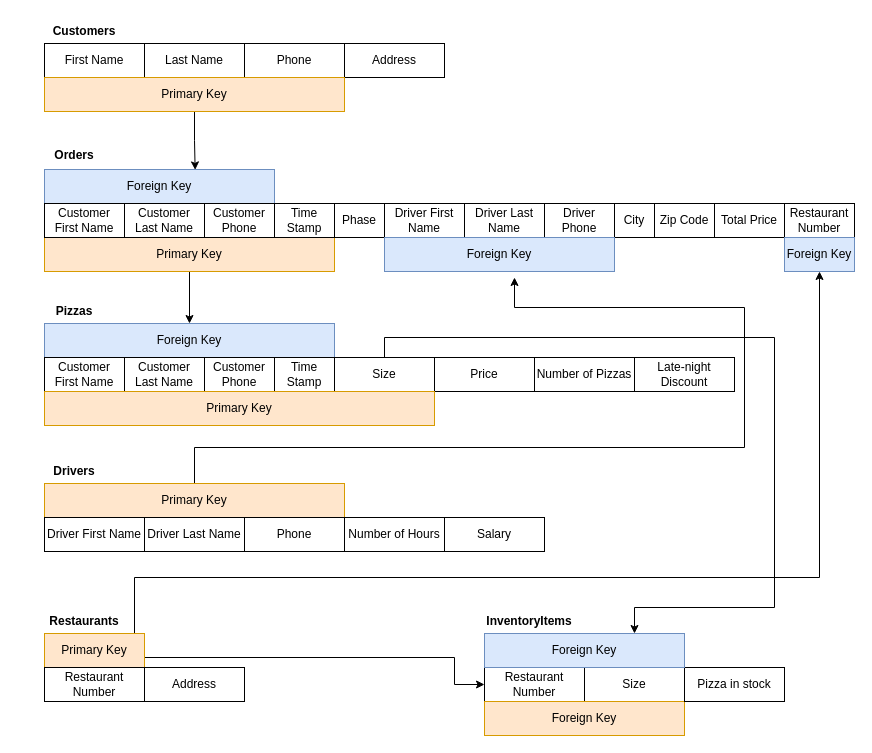
Above: page "First Relation Scheme" (2 of 3) of Project01.drawio in thanhnguyen210299/CSULB-CECS-323 (draw.io), before the change. Source tidied: cells renumbered, new cells numbered last; positions are measured from the earlier drawing's top-left corner, leaving out a move shared by most shapes. Both pictures are drawn from the tidied source at 100%, with x=0, y=0 at pixel (34, 17).
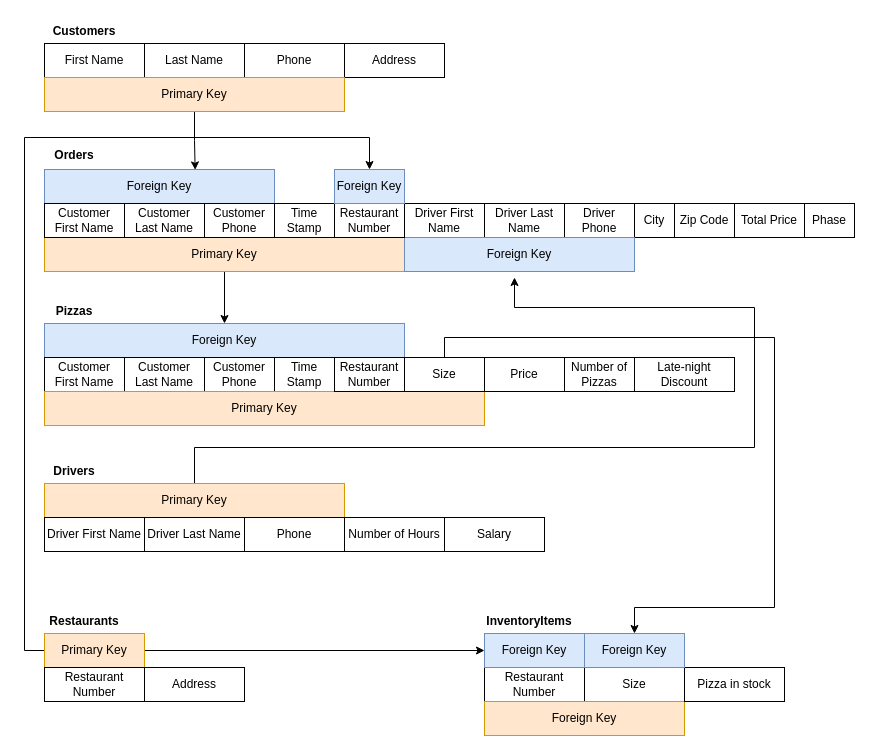
Above is the later version.

Unchanged cells that the change refers to:
```xml
<mxCell id="22" value="Primary Key" style="rounded=0;whiteSpace=wrap;html=1;fillColor=#ffe6cc;strokeColor=#d79b00;" parent="1" vertex="1">
  <mxGeometry x="10" y="466" width="300" height="34" as="geometry" />
</mxCell>
<mxCell id="36" value="Primary Key" style="rounded=0;whiteSpace=wrap;html=1;fillColor=#ffe6cc;strokeColor=#d79b00;" parent="1" vertex="1">
  <mxGeometry x="10" y="616" width="100" height="34" as="geometry" />
</mxCell>
<mxCell id="54" value="Restaurant Number" style="rounded=0;whiteSpace=wrap;html=1;" parent="1" vertex="1">
  <mxGeometry x="450" y="650" width="100" height="34" as="geometry" />
</mxCell>
```

The edit, as a diff of the source:
```diff
@@
     <mxCell id="8" value="Primary Key" style="rounded=0;whiteSpace=wrap;html=1;fillColor=#ffe6cc;strokeColor=#d79b00;" parent="1" vertex="1">
-      <mxGeometry x="10" y="220" width="290" height="34" as="geometry" />
+      <mxGeometry x="10" y="220" width="360" height="34" as="geometry" />
     </mxCell>
@@
     <mxCell id="17" value="Phase" style="rounded=0;whiteSpace=wrap;html=1;" parent="1" vertex="1">
-      <mxGeometry x="300" y="186" width="50" height="34" as="geometry" />
+      <mxGeometry x="770" y="186" width="50" height="34" as="geometry" />
     </mxCell>
     <mxCell id="18" value="City" style="rounded=0;whiteSpace=wrap;html=1;" parent="1" vertex="1">
-      <mxGeometry x="580" y="186" width="40" height="34" as="geometry" />
+      <mxGeometry x="600" y="186" width="40" height="34" as="geometry" />
     </mxCell>
     <mxCell id="19" value="Zip Code" style="rounded=0;whiteSpace=wrap;html=1;" parent="1" vertex="1">
-      <mxGeometry x="620" y="186" width="60" height="34" as="geometry" />
+      <mxGeometry x="640" y="186" width="60" height="34" as="geometry" />
     </mxCell>
     <mxCell id="20" value="Total Price" style="rounded=0;whiteSpace=wrap;html=1;" parent="1" vertex="1">
-      <mxGeometry x="680" y="186" width="70" height="34" as="geometry" />
+      <mxGeometry x="700" y="186" width="70" height="34" as="geometry" />
     </mxCell>
     <mxCell id="21" style="edgeStyle=orthogonalEdgeStyle;rounded=0;jettySize=auto;html=1;exitX=0.5;exitY=0;exitDx=0;exitDy=0;" parent="1" edge="1" source="22">
       <mxGeometry relative="1" as="geometry">
         <mxPoint x="480" y="260" as="targetPoint" />
         <Array as="points">
           <mxPoint x="160" y="430" />
-          <mxPoint x="710" y="430" />
-          <mxPoint x="710" y="290" />
+          <mxPoint x="720" y="430" />
+          <mxPoint x="720" y="290" />
           <mxPoint x="480" y="290" />
         </Array>
       </mxGeometry>
     </mxCell>
@@
     <mxCell id="29" value="Driver First Name" style="rounded=0;whiteSpace=wrap;html=1;" parent="1" vertex="1">
-      <mxGeometry x="350" y="186" width="80" height="34" as="geometry" />
+      <mxGeometry x="370" y="186" width="80" height="34" as="geometry" />
     </mxCell>
     <mxCell id="30" value="Driver Last Name" style="rounded=0;whiteSpace=wrap;html=1;" parent="1" vertex="1">
-      <mxGeometry x="430" y="186" width="80" height="34" as="geometry" />
+      <mxGeometry x="450" y="186" width="80" height="34" as="geometry" />
     </mxCell>
     <mxCell id="31" value="Driver Phone" style="rounded=0;whiteSpace=wrap;html=1;" parent="1" vertex="1">
-      <mxGeometry x="510" y="186" width="70" height="34" as="geometry" />
+      <mxGeometry x="530" y="186" width="70" height="34" as="geometry" />
     </mxCell>
     <mxCell id="32" value="Foreign Key" style="rounded=0;whiteSpace=wrap;html=1;fillColor=#dae8fc;strokeColor=#6c8ebf;" parent="1" vertex="1">
-      <mxGeometry x="350" y="220" width="230" height="34" as="geometry" />
+      <mxGeometry x="370" y="220" width="230" height="34" as="geometry" />
     </mxCell>
     <mxCell id="33" value="Restaurant Number" style="rounded=0;whiteSpace=wrap;html=1;" parent="1" vertex="1">
-      <mxGeometry x="750" y="186" width="70" height="34" as="geometry" />
+      <mxGeometry x="300" y="186" width="70" height="34" as="geometry" />
     </mxCell>
-    <mxCell id="34" style="edgeStyle=orthogonalEdgeStyle;rounded=0;jettySize=auto;html=1;exitX=1;exitY=0.25;exitDx=0;exitDy=0;entryX=0;entryY=0.5;entryDx=0;entryDy=0;" parent="1" edge="1" source="36" target="54">
-      <mxGeometry relative="1" as="geometry">
-        <Array as="points">
-          <mxPoint x="110" y="640" />
-          <mxPoint x="420" y="640" />
-          <mxPoint x="420" y="667" />
-        </Array>
-      </mxGeometry>
-    </mxCell>
-    <mxCell id="35" style="edgeStyle=orthogonalEdgeStyle;rounded=0;jettySize=auto;html=1;exitX=1;exitY=0;exitDx=0;exitDy=0;entryX=0.5;entryY=1;entryDx=0;entryDy=0;" parent="1" edge="1" source="36" target="40">
+    <mxCell id="35" style="edgeStyle=orthogonalEdgeStyle;rounded=0;jettySize=auto;html=1;exitX=0;exitY=0.5;exitDx=0;exitDy=0;entryX=0.5;entryY=0;entryDx=0;entryDy=0;" parent="1" edge="1" source="36" target="40">
       <mxGeometry relative="1" as="geometry">
         <Array as="points">
-          <mxPoint x="100" y="616" />
-          <mxPoint x="100" y="560" />
-          <mxPoint x="785" y="560" />
+          <mxPoint x="-10" y="633" />
+          <mxPoint x="-10" y="120" />
+          <mxPoint x="335" y="120" />
         </Array>
       </mxGeometry>
     </mxCell>
+    <mxCell id="59" style="edgeStyle=orthogonalEdgeStyle;rounded=0;jettySize=auto;html=1;exitX=1;exitY=0.5;exitDx=0;exitDy=0;entryX=0;entryY=0.5;entryDx=0;entryDy=0;" parent="1" edge="1" source="36" target="61">
+      <mxGeometry relative="1" as="geometry" />
+    </mxCell>
@@
     <mxCell id="40" value="Foreign Key" style="rounded=0;whiteSpace=wrap;html=1;fillColor=#dae8fc;strokeColor=#6c8ebf;" parent="1" vertex="1">
-      <mxGeometry x="750" y="220" width="70" height="34" as="geometry" />
+      <mxGeometry x="300" y="152" width="70" height="34" as="geometry" />
     </mxCell>
@@
-    <mxCell id="42" style="edgeStyle=orthogonalEdgeStyle;rounded=0;jettySize=auto;html=1;exitX=0.5;exitY=0;exitDx=0;exitDy=0;entryX=0.75;entryY=0;entryDx=0;entryDy=0;" parent="1" edge="1" source="43" target="58">
-      <mxGeometry relative="1" as="geometry">
-        <Array as="points">
-          <mxPoint x="350" y="320" />
-          <mxPoint x="740" y="320" />
-          <mxPoint x="740" y="590" />
-          <mxPoint x="600" y="590" />
-        </Array>
-      </mxGeometry>
-    </mxCell>
-    <mxCell id="43" value="Size" style="rounded=0;whiteSpace=wrap;html=1;" parent="1" vertex="1">
-      <mxGeometry x="300" y="340" width="100" height="34" as="geometry" />
-    </mxCell>
-    <mxCell id="44" value="Price" style="rounded=0;whiteSpace=wrap;html=1;" parent="1" vertex="1">
-      <mxGeometry x="400" y="340" width="100" height="34" as="geometry" />
-    </mxCell>
@@
     <mxCell id="46" value="Number of Pizzas" style="rounded=0;whiteSpace=wrap;html=1;" parent="1" vertex="1">
-      <mxGeometry x="500" y="340" width="100" height="34" as="geometry" />
+      <mxGeometry x="530" y="340" width="70" height="34" as="geometry" />
     </mxCell>
     <mxCell id="47" value="Foreign Key" style="rounded=0;whiteSpace=wrap;html=1;fillColor=#dae8fc;strokeColor=#6c8ebf;" parent="1" vertex="1">
-      <mxGeometry x="10" y="306" width="290" height="34" as="geometry" />
+      <mxGeometry x="10" y="306" width="360" height="34" as="geometry" />
     </mxCell>
@@
     <mxCell id="52" value="Primary Key" style="rounded=0;whiteSpace=wrap;html=1;fillColor=#ffe6cc;strokeColor=#d79b00;" parent="1" vertex="1">
-      <mxGeometry x="10" y="374" width="390" height="34" as="geometry" />
+      <mxGeometry x="10" y="374" width="440" height="34" as="geometry" />
     </mxCell>
@@
     <mxCell id="58" value="Foreign Key" style="rounded=0;whiteSpace=wrap;html=1;fillColor=#dae8fc;strokeColor=#6c8ebf;" parent="1" vertex="1">
-      <mxGeometry x="450" y="616" width="200" height="34" as="geometry" />
+      <mxGeometry x="550" y="616" width="100" height="34" as="geometry" />
     </mxCell>
+    <mxCell id="60" value="Restaurant Number" style="rounded=0;whiteSpace=wrap;html=1;" parent="1" vertex="1">
+      <mxGeometry x="300" y="340" width="70" height="34" as="geometry" />
+    </mxCell>
+    <mxCell id="42" style="edgeStyle=orthogonalEdgeStyle;rounded=0;jettySize=auto;html=1;exitX=0.5;exitY=0;exitDx=0;exitDy=0;entryX=0.5;entryY=0;entryDx=0;entryDy=0;" parent="1" edge="1" source="43" target="58">
+      <mxGeometry relative="1" as="geometry">
+        <Array as="points">
+          <mxPoint x="410" y="320" />
+          <mxPoint x="740" y="320" />
+          <mxPoint x="740" y="590" />
+          <mxPoint x="600" y="590" />
+        </Array>
+      </mxGeometry>
+    </mxCell>
+    <mxCell id="43" value="Size" style="rounded=0;whiteSpace=wrap;html=1;" parent="1" vertex="1">
+      <mxGeometry x="370" y="340" width="80" height="34" as="geometry" />
+    </mxCell>
+    <mxCell id="44" value="Price" style="rounded=0;whiteSpace=wrap;html=1;" parent="1" vertex="1">
+      <mxGeometry x="450" y="340" width="80" height="34" as="geometry" />
+    </mxCell>
+    <mxCell id="61" value="Foreign Key" style="rounded=0;whiteSpace=wrap;html=1;fillColor=#dae8fc;strokeColor=#6c8ebf;" parent="1" vertex="1">
+      <mxGeometry x="450" y="616" width="100" height="34" as="geometry" />
+    </mxCell>
```
